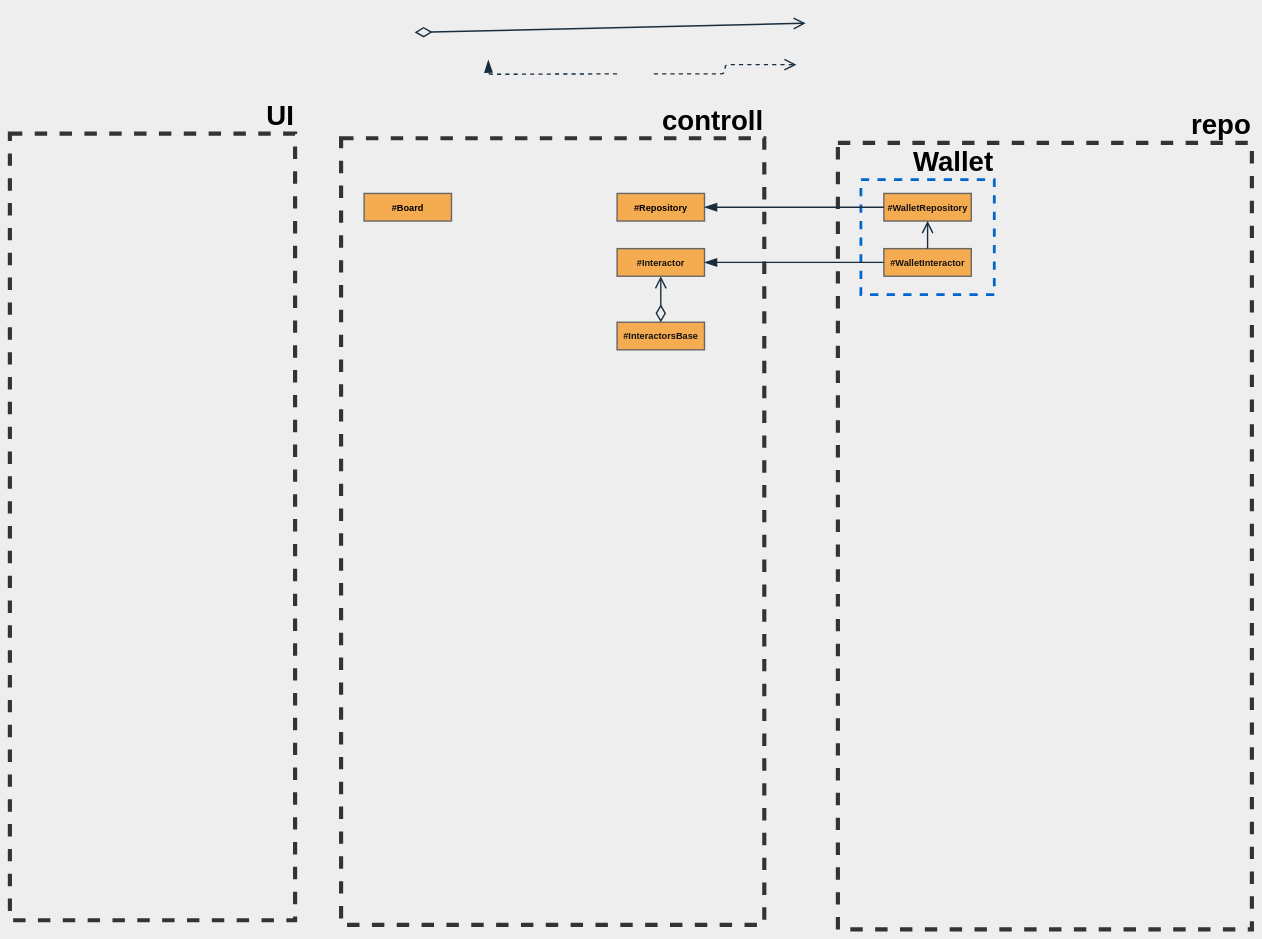
Before: Assets/DrawioForAnton/Map.drawio in Singingsnowbirdie/UntoldTales, a draw.io diagram. Source tidied: cells renumbered, new cells numbered last; positions are measured from the earlier drawing's top-left corner, leaving out a move shared by most shapes. Both pictures are drawn from the tidied source at 46%, with x=0, y=0 at pixel (10, 23).
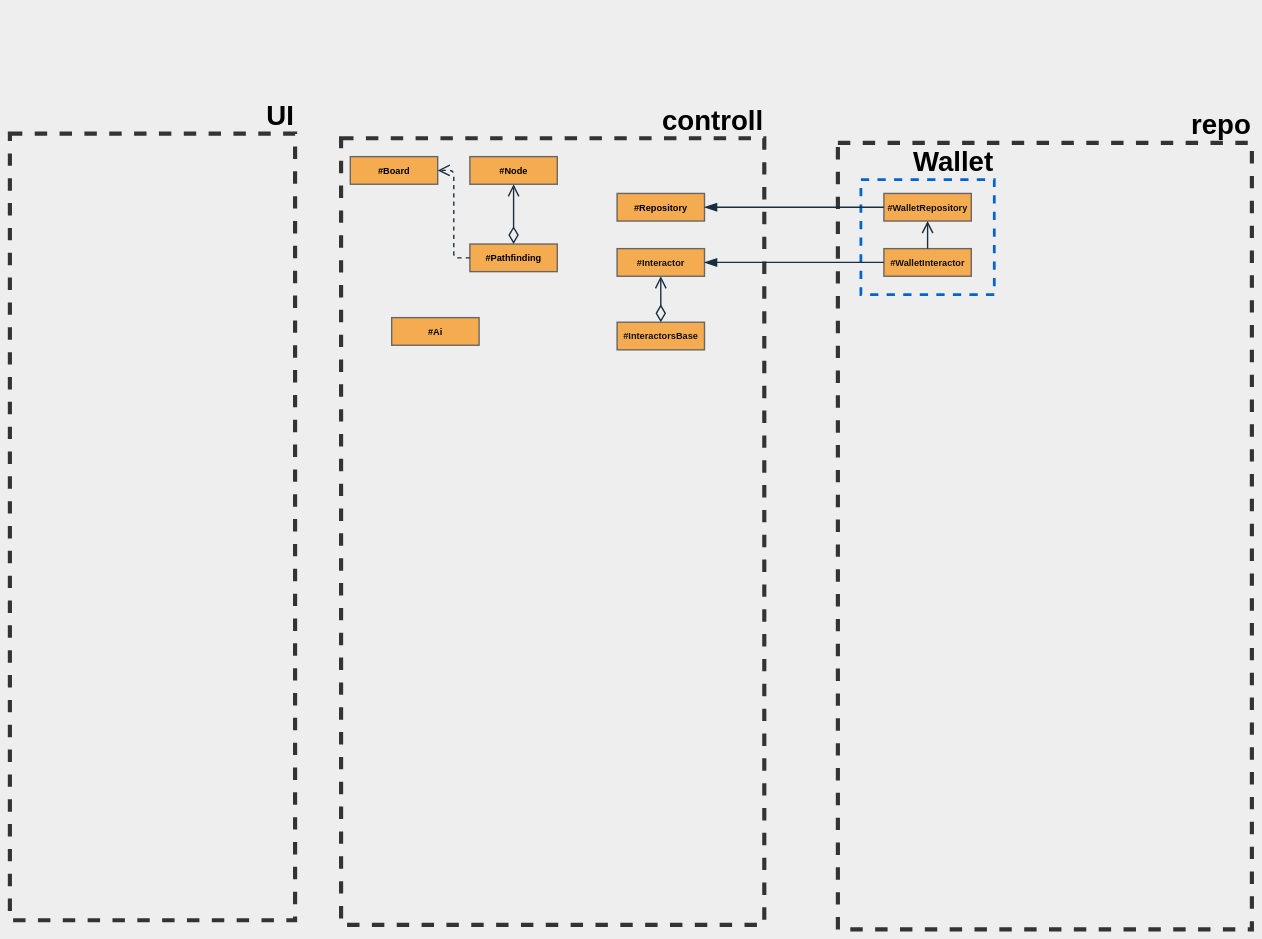
The same diagram, later.

Change to the diagram source:
```diff
@@
-    <mxCell id="5" style="rounded=1;sketch=0;orthogonalLoop=1;jettySize=auto;html=1;fontColor=#1A1A1A;startArrow=diamondThin;startFill=0;endArrow=open;endFill=0;startSize=30;endSize=20;targetPerimeterSpacing=0;strokeColor=#182E3E;strokeWidth=3;" parent="1" edge="1">
-      <mxGeometry relative="1" as="geometry">
-        <mxPoint x="880" y="20" as="sourcePoint" />
-        <mxPoint x="1730" as="targetPoint" />
-      </mxGeometry>
-    </mxCell>
-    <mxCell id="6" style="rounded=1;sketch=0;orthogonalLoop=1;jettySize=auto;html=1;fontColor=#1A1A1A;startArrow=none;startFill=0;endArrow=blockThin;endFill=1;startSize=30;endSize=20;targetPerimeterSpacing=0;strokeColor=#182E3E;strokeWidth=3;dashed=1;edgeStyle=orthogonalEdgeStyle;" parent="1" edge="1">
-      <mxGeometry relative="1" as="geometry">
-        <mxPoint x="1320" y="110" as="sourcePoint" />
-        <mxPoint x="1040" y="80" as="targetPoint" />
-      </mxGeometry>
-    </mxCell>
@@
-    <mxCell id="8" style="rounded=1;sketch=0;orthogonalLoop=1;jettySize=auto;html=1;fontColor=#1A1A1A;startArrow=none;startFill=0;endArrow=open;endFill=0;startSize=30;endSize=20;targetPerimeterSpacing=0;strokeColor=#182E3E;strokeWidth=3;dashed=1;edgeStyle=elbowEdgeStyle;" parent="1" edge="1">
-      <mxGeometry relative="1" as="geometry">
-        <mxPoint x="1400" y="110" as="sourcePoint" />
-        <mxPoint x="1710" y="90" as="targetPoint" />
-      </mxGeometry>
-    </mxCell>
@@
     <mxCell id="18" value="#Board" style="whiteSpace=wrap;fillColor=#F5AB50;labelBackgroundColor=none;strokeWidth=3;strokeColor=#666666;fontSize=20;fontStyle=1;fontColor=#000000;" parent="1" vertex="1">
-      <mxGeometry x="770" y="370" width="190" height="60" as="geometry" />
+      <mxGeometry x="740" y="290" width="190" height="60" as="geometry" />
     </mxCell>
+    <mxCell id="19" value="#Pathfinding" style="whiteSpace=wrap;fillColor=#F5AB50;labelBackgroundColor=none;strokeWidth=3;strokeColor=#666666;fontSize=20;fontStyle=1;fontColor=#000000;" parent="1" vertex="1">
+      <mxGeometry x="1000" y="480" width="190" height="60" as="geometry" />
+    </mxCell>
+    <mxCell id="20" value="#Node" style="whiteSpace=wrap;fillColor=#F5AB50;labelBackgroundColor=none;strokeWidth=3;strokeColor=#666666;fontSize=20;fontStyle=1;fontColor=#000000;" parent="1" vertex="1">
+      <mxGeometry x="1000" y="290" width="190" height="60" as="geometry" />
+    </mxCell>
+    <mxCell id="21" style="rounded=1;sketch=0;jettySize=auto;html=1;fontColor=#1A1A1A;startArrow=diamondThin;startFill=0;endArrow=open;endFill=0;startSize=30;endSize=20;targetPerimeterSpacing=0;strokeColor=#182E3E;strokeWidth=3;edgeStyle=elbowEdgeStyle;" parent="1" edge="1" source="19" target="20">
+      <mxGeometry relative="1" as="geometry" />
+    </mxCell>
+    <mxCell id="22" value="#Ai" style="whiteSpace=wrap;fillColor=#F5AB50;labelBackgroundColor=none;strokeWidth=3;strokeColor=#666666;fontSize=20;fontStyle=1;fontColor=#000000;" parent="1" vertex="1">
+      <mxGeometry x="830" y="640" width="190" height="60" as="geometry" />
+    </mxCell>
+    <mxCell id="23" style="rounded=1;sketch=0;jettySize=auto;html=1;fontColor=#1A1A1A;startArrow=none;startFill=0;endArrow=open;endFill=0;startSize=30;endSize=20;targetPerimeterSpacing=0;strokeColor=#182E3E;strokeWidth=3;edgeStyle=elbowEdgeStyle;dashed=1;" parent="1" edge="1" source="19" target="18">
+      <mxGeometry relative="1" as="geometry" />
+    </mxCell>
```
